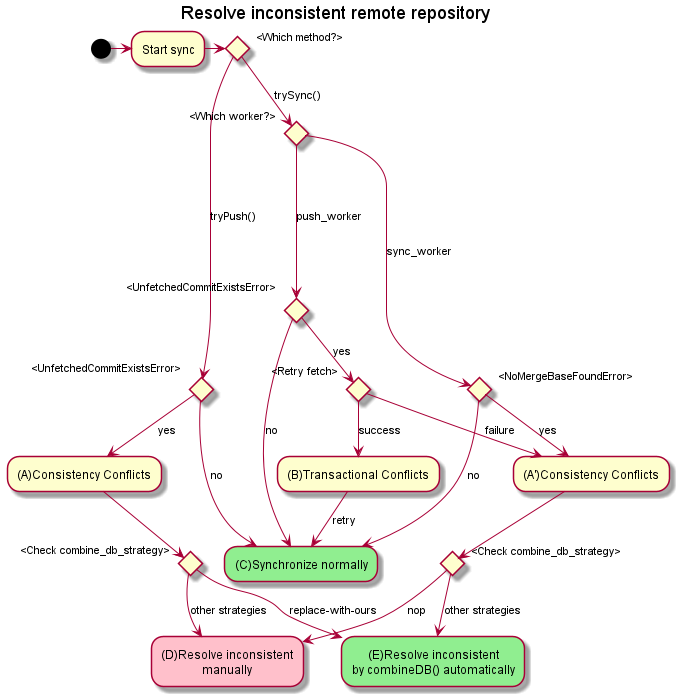
Before: out/docs/resolve_inconsistent_remote_repository/resolve_inconsistent_remote_repository.png, a diagram exported from PlantUML (sosuisen/git-documentdb).
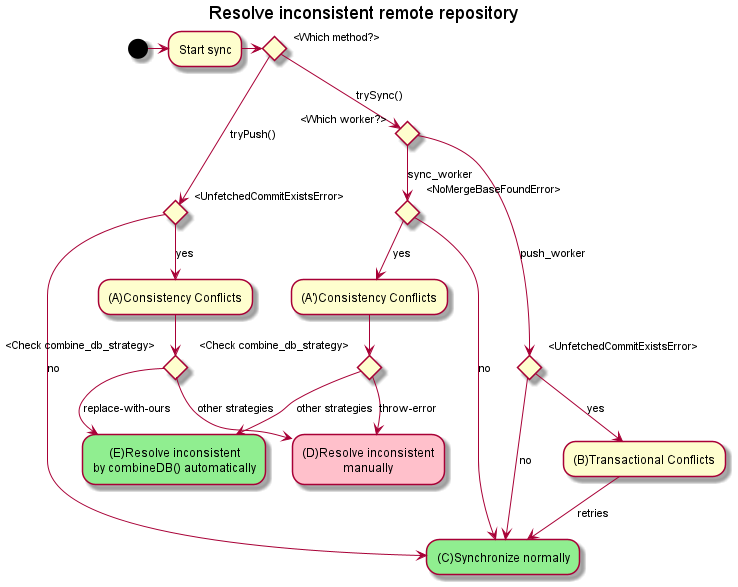
Above is the later version.

Commit message:
doc: fix dialog of resolving inconsistent remote repository

Diff of the diagram source:
```diff
@@ -21,12 +21,8 @@
         ---->[push_worker] if "<UnfetchedCommitExistsError>"
         -->[no] "(C)Synchronize normally"
       else
-        -->[yes] if "<Retry fetch>" then
-          -->[failure] "(A')Consistency Conflicts"
-        else
-          -->[success] "(B)Transactional Conflicts"
-          -->[retry] "(C)Synchronize normally" <<Succeeded>>
-        endif
+        -->[yes] "(B)Transactional Conflicts"
+          -->[retries] "(C)Synchronize normally" <<Succeeded>>
       endif
     else
       -->[sync_worker] if "<NoMergeBaseFoundError>"
@@ -34,7 +30,7 @@
       else
         -->[yes] "(A')Consistency Conflicts"
         -->if "<Check combine_db_strategy>" then
-          -->[nop] "(D)Resolve inconsistent\nmanually" << Failed >>
+          -->[throw-error] "(D)Resolve inconsistent\nmanually" << Failed >>
         else
           -->[other strategies] "(E)Resolve inconsistent\nby combineDB() automatically" << Succeeded >>
         endif
```
